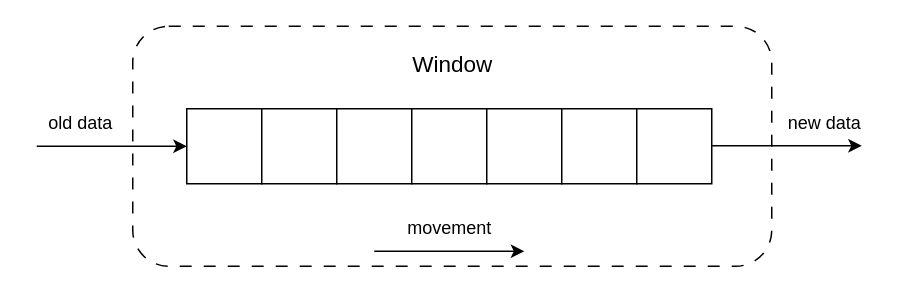
Earlier version of the draw.io diagram testDirectory/滑动窗口机制.drawio (Moose1273/-). Source tidied: cells renumbered, new cells numbered last; positions are measured from the earlier drawing's top-left corner, leaving out a move shared by most shapes. Both pictures are drawn from the tidied source at 150%, with x=0, y=0 at pixel (27, 26).
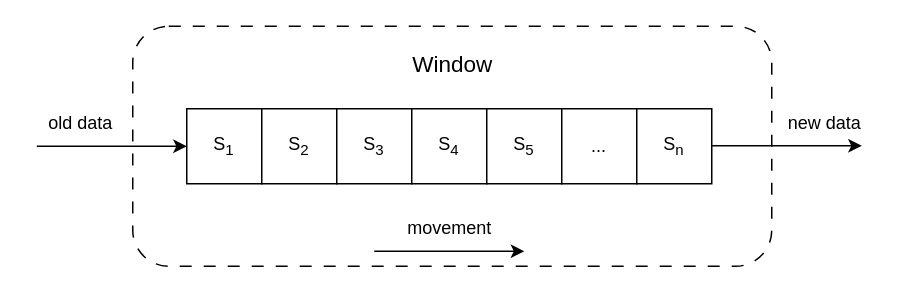
Above is the later version.

Commit message (it also covers changes not shown here):
更新滑动窗口机制.drawio

The edit, as a diff of the source:
```diff
@@
 <mxGraphModel>
   <root>
     <mxCell id="0" />
     <mxCell id="1" parent="0" />
     <mxCell id="2" style="rounded=1;whiteSpace=wrap;html=1;dashed=1;dashPattern=8 8;" parent="1" vertex="1">
       <mxGeometry x="70" width="426" height="160" as="geometry" />
     </mxCell>
-    <mxCell id="3" style="rounded=0;whiteSpace=wrap;html=1;" parent="1" vertex="1">
+    <mxCell id="3" value="S&lt;sub&gt;1&lt;/sub&gt;" style="rounded=0;whiteSpace=wrap;html=1;" parent="1" vertex="1">
       <mxGeometry x="106" y="55" width="50" height="50" as="geometry" />
     </mxCell>
-    <mxCell id="4" style="rounded=0;whiteSpace=wrap;html=1;" parent="1" vertex="1">
+    <mxCell id="4" value="S&lt;sub&gt;2&lt;/sub&gt;" style="rounded=0;whiteSpace=wrap;html=1;" parent="1" vertex="1">
       <mxGeometry x="156" y="55" width="50" height="50" as="geometry" />
     </mxCell>
-    <mxCell id="5" style="rounded=0;whiteSpace=wrap;html=1;" parent="1" vertex="1">
+    <mxCell id="5" value="S&lt;sub&gt;3&lt;/sub&gt;" style="rounded=0;whiteSpace=wrap;html=1;" parent="1" vertex="1">
       <mxGeometry x="206" y="55" width="50" height="50" as="geometry" />
     </mxCell>
-    <mxCell id="6" style="rounded=0;whiteSpace=wrap;html=1;" parent="1" vertex="1">
+    <mxCell id="6" value="S&lt;sub&gt;4&lt;/sub&gt;" style="rounded=0;whiteSpace=wrap;html=1;" parent="1" vertex="1">
       <mxGeometry x="256" y="55" width="50" height="50" as="geometry" />
     </mxCell>
-    <mxCell id="7" style="rounded=0;whiteSpace=wrap;html=1;" parent="1" vertex="1">
+    <mxCell id="7" value="S&lt;sub&gt;5&lt;/sub&gt;" style="rounded=0;whiteSpace=wrap;html=1;" parent="1" vertex="1">
       <mxGeometry x="306" y="55" width="50" height="50" as="geometry" />
     </mxCell>
-    <mxCell id="8" style="rounded=0;whiteSpace=wrap;html=1;" parent="1" vertex="1">
+    <mxCell id="8" value="..." style="rounded=0;whiteSpace=wrap;html=1;" parent="1" vertex="1">
       <mxGeometry x="356" y="55" width="50" height="50" as="geometry" />
     </mxCell>
-    <mxCell id="9" style="rounded=0;whiteSpace=wrap;html=1;" parent="1" vertex="1">
+    <mxCell id="9" value="S&lt;sub&gt;n&lt;/sub&gt;" style="rounded=0;whiteSpace=wrap;html=1;" parent="1" vertex="1">
       <mxGeometry x="406" y="55" width="50" height="50" as="geometry" />
     </mxCell>
     <mxCell id="10" style="endArrow=classic;html=1;rounded=0;entryX=0;entryY=0.5;entryDx=0;entryDy=0;" parent="1" edge="1" target="3">
       <mxGeometry relative="1" as="geometry">
         <mxPoint x="6" y="80" as="sourcePoint" />
       </mxGeometry>
     </mxCell>
     <mxCell id="11" style="endArrow=classic;html=1;rounded=0;entryX=0;entryY=0.5;entryDx=0;entryDy=0;" parent="1" edge="1">
       <mxGeometry relative="1" as="geometry">
         <mxPoint x="456" y="79.7" as="sourcePoint" />
         <mxPoint x="556" y="79.7" as="targetPoint" />
       </mxGeometry>
     </mxCell>
     <mxCell id="12" value="old data" style="text;html=1;align=center;verticalAlign=middle;strokeColor=none;fillColor=none;" parent="1" vertex="1">
       <mxGeometry y="50" width="70" height="30" as="geometry" />
     </mxCell>
     <mxCell id="13" value="new data" style="text;html=1;align=center;verticalAlign=middle;strokeColor=none;fillColor=none;" parent="1" vertex="1">
       <mxGeometry x="496" y="50" width="70" height="30" as="geometry" />
     </mxCell>
     <mxCell id="14" value="&lt;font style=&quot;font-size: 15px;&quot;&gt;Window&lt;/font&gt;" style="text;html=1;align=center;verticalAlign=middle;strokeColor=none;fillColor=none;" parent="1" vertex="1">
       <mxGeometry x="243" y="10" width="80" height="30" as="geometry" />
     </mxCell>
     <mxCell id="15" value="movement" style="text;html=1;align=center;verticalAlign=middle;strokeColor=none;fillColor=none;" parent="1" vertex="1">
       <mxGeometry x="241" y="120" width="80" height="30" as="geometry" />
     </mxCell>
     <mxCell id="16" style="endArrow=classic;html=1;rounded=0;entryX=0;entryY=0.5;entryDx=0;entryDy=0;" parent="1" edge="1">
       <mxGeometry relative="1" as="geometry">
         <mxPoint x="231" y="150" as="sourcePoint" />
         <mxPoint x="331" y="150" as="targetPoint" />
       </mxGeometry>
     </mxCell>
   </root>
 </mxGraphModel>
```
